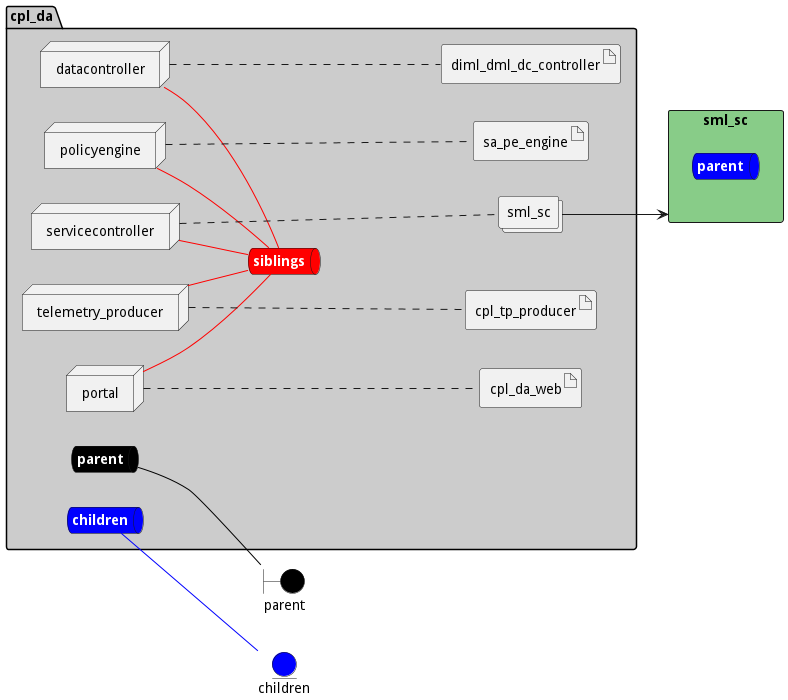
Earlier version of the PlantUML export docs/edgemere/cpl/da/envs/test/deployment.png (madajaju/edgemere).
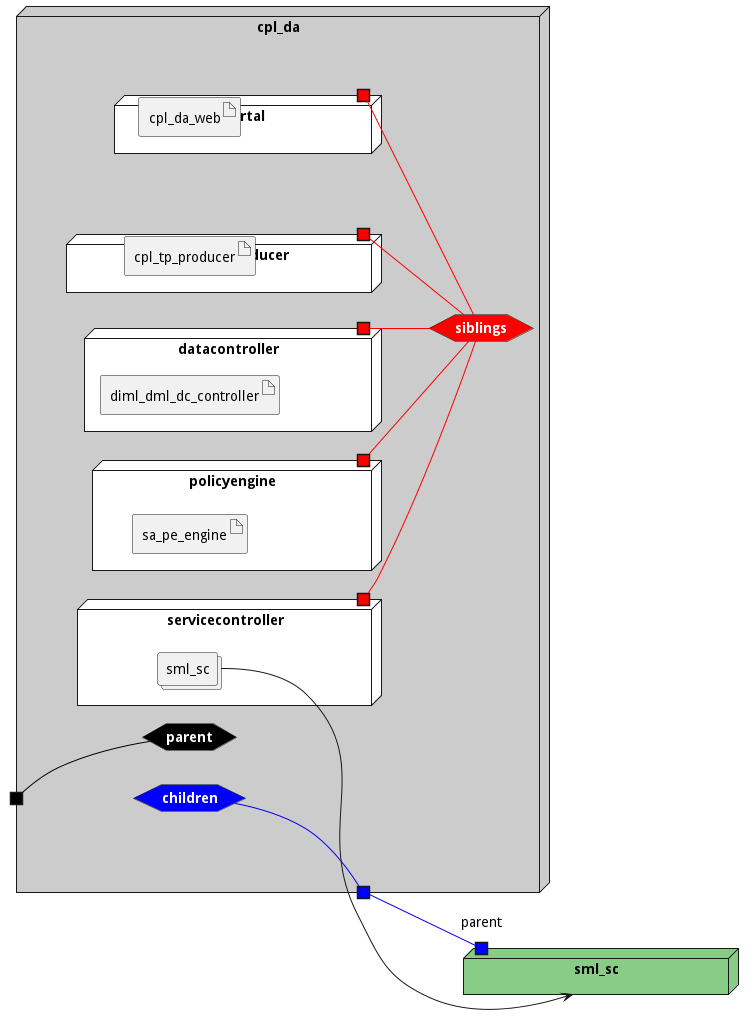
After the commit.

Change to the diagram source:
```diff
@@ -3,71 +3,81 @@
 left to right direction
 
 
-boundary parent #black
 
 
-entity children #blue
-
-rectangle "sml_sc" as sml_scStack #88cc88 {
-    queue sml_scStacksnet #blue [
-        <b><color:white>parent</color></b>
-    ]
+node "sml_sc" as sml_scStack #88cc88 {
+    portin "parent" as sml_scStackPortIn #blue
 }
 
 
 
-package "cpl_da" #cccccc {
-    queue parentnet #black [
+node "cpl_da" #cccccc {
+
+
+    hexagon parentnet #black [
             <b><color:white>parent</color></b>
     ]
 
-    parentnet -[#black]- parent
+    portin " " as parentnetPortIn #black
+    parentnetPortIn -[#black]- parentnet
 
-    queue childrennet #blue [
+    hexagon childrennet #blue [
             <b><color:white>children</color></b>
     ]
 
-    childrennet -[#blue]- children
+    portout " " as childrennetPortOut #blue
+    childrennet -[#blue]- childrennetPortOut
 
-    queue siblingsnet #red [
+    hexagon siblingsnet #red [
             <b><color:white>siblings</color></b>
     ]
 
 
-node "datacontroller" as datacontrollerService
-node "policyengine" as policyengineService
-node "servicecontroller" as servicecontrollerService
-node "telemetry_producer" as telemetry_producerService
-node "portal" as portalService
+node "datacontroller" as datacontrollerService #white {
+    portOut " " as datacontrollerServicesiblingsnet #red
+   datacontrollerServicesiblingsnet -[#red]- siblingsnet
 
 
-        artifact "diml_dml_dc_controller" as diml_dml_dc_controllerimage
+    artifact "diml_dml_dc_controller" as diml_dml_dc_controllerimage
 
-        artifact "sa_pe_engine" as sa_pe_engineimage
-            collections "sml_sc" as sml_scimage
+}
+node "policyengine" as policyengineService #white {
+    portOut " " as policyengineServicesiblingsnet #red
+   policyengineServicesiblingsnet -[#red]- siblingsnet
 
-        artifact "cpl_tp_producer" as cpl_tp_producerimage
 
-        artifact "cpl_da_web" as cpl_da_webimage
+    artifact "sa_pe_engine" as sa_pe_engineimage
+
+}
+node "servicecontroller" as servicecontrollerService #white {
+    portOut " " as servicecontrollerServicesiblingsnet #red
+   servicecontrollerServicesiblingsnet -[#red]- siblingsnet
+
+    collections "sml_sc" as sml_scimage
+
+}
+node "telemetry_producer" as telemetry_producerService #white {
+    portOut " " as telemetry_producerServicesiblingsnet #red
+   telemetry_producerServicesiblingsnet -[#red]- siblingsnet
+
+
+    artifact "cpl_tp_producer" as cpl_tp_producerimage
+
+}
+node "portal" as portalService #white {
+    portOut " " as portalServicesiblingsnet #red
+   portalServicesiblingsnet -[#red]- siblingsnet
+
+
+    artifact "cpl_da_web" as cpl_da_webimage
 
 }
 
-datacontrollerService -[#red]- siblingsnet
-
-policyengineService -[#red]- siblingsnet
-
-servicecontrollerService -[#red]- siblingsnet
-
-telemetry_producerService -[#red]- siblingsnet
-
-portalService -[#red]- siblingsnet
-datacontrollerService .... diml_dml_dc_controllerimage
-policyengineService .... sa_pe_engineimage
-servicecontrollerService .... sml_scimage
-telemetry_producerService .... cpl_tp_producerimage
-portalService .... cpl_da_webimage
+}
 
 sml_scimage --> sml_scStack
 
+    childrennetPortOut -[#blue]- sml_scStackPortIn
+
 
 @enduml
```
